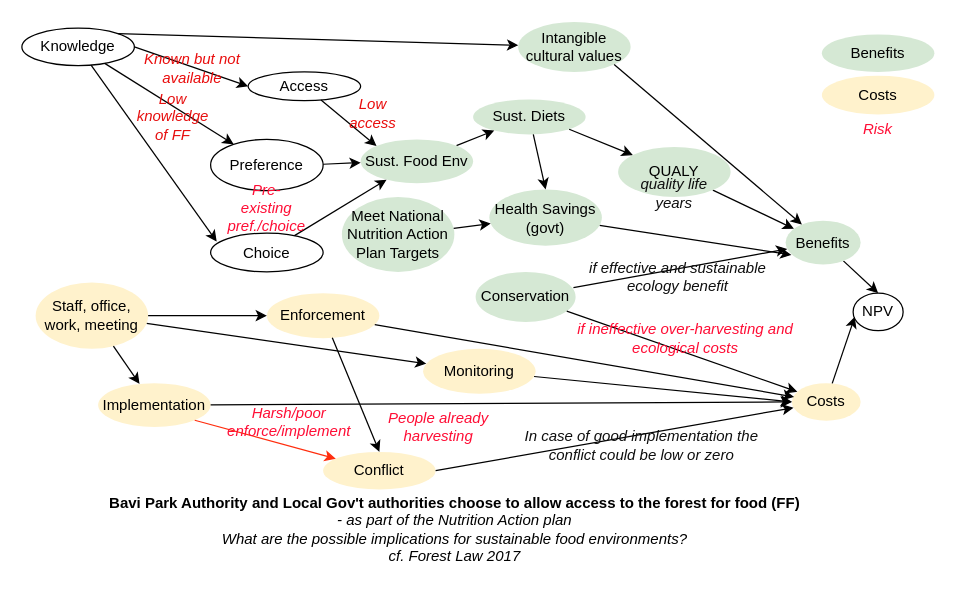
CWWhitney/bavi-forest-access keeps this draw.io diagram as Untitled Diagram.drawio. Above is the earlier version. Source tidied: cells renumbered, new cells numbered last; positions are measured from the earlier drawing's top-left corner, leaving out a move shared by most shapes. Both pictures are drawn from the tidied source at 125%, with x=0, y=0 at pixel (21, 21).
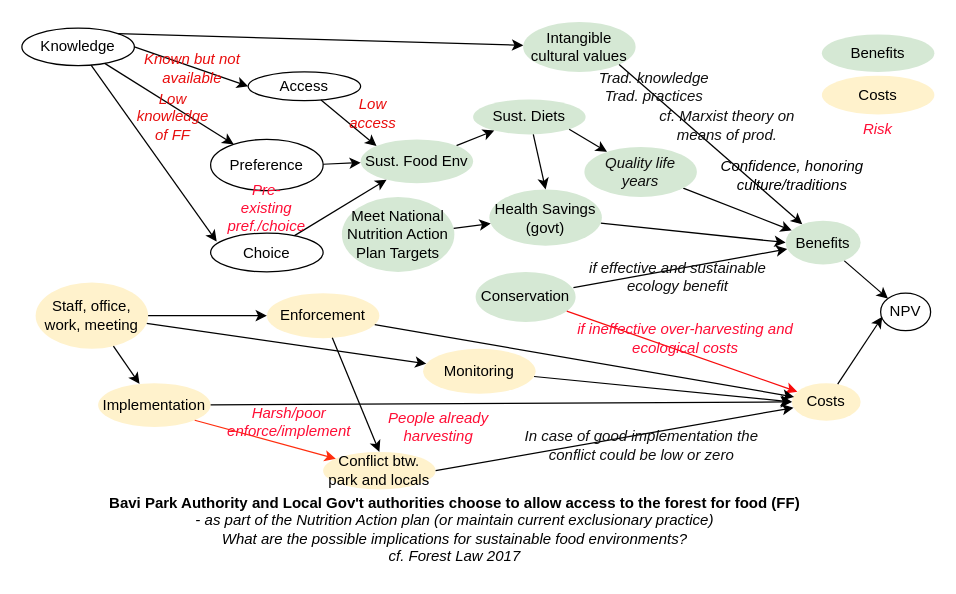
The same diagram, later.

The change refers to these unchanged cells:
```xml
<mxCell id="2" value="Conservation" style="ellipse;whiteSpace=wrap;html=1;fillColor=#d5e8d4;strokeColor=none;" parent="1" vertex="1">
  <mxGeometry x="363" y="200" width="80" height="40" as="geometry" />
</mxCell>
<mxCell id="10" value="Health Savings (govt)" style="ellipse;whiteSpace=wrap;html=1;fillColor=#d5e8d4;strokeColor=none;" parent="1" vertex="1">
  <mxGeometry x="374" y="134" width="90" height="45" as="geometry" />
</mxCell>
<mxCell id="16" value="Costs" style="ellipse;whiteSpace=wrap;html=1;fillColor=#fff2cc;strokeColor=none;" parent="1" vertex="1">
  <mxGeometry x="616" y="289" width="55" height="30" as="geometry" />
</mxCell>
<mxCell id="19" value="Benefits" style="ellipse;whiteSpace=wrap;html=1;fillColor=#d5e8d4;strokeColor=none;" parent="1" vertex="1">
  <mxGeometry x="611" y="159" width="60" height="35" as="geometry" />
</mxCell>
```

Change to the diagram source:
```diff
@@
-    <mxCell id="3" style="rounded=0;jettySize=auto;html=1;entryX=0.5;entryY=0;entryDx=0;entryDy=0;" parent="1" edge="1" source="19" target="11">
+    <mxCell id="3" style="rounded=0;jettySize=auto;html=1;entryX=0;entryY=0;entryDx=0;entryDy=0;" parent="1" edge="1" source="19" target="11">
       <mxGeometry relative="1" as="geometry" />
     </mxCell>
@@
-    <mxCell id="8" value="QUALY" style="ellipse;whiteSpace=wrap;html=1;fillColor=#d5e8d4;strokeColor=none;" parent="1" vertex="1">
-      <mxGeometry x="477" y="100" width="90" height="40" as="geometry" />
+    <mxCell id="8" value="&lt;span style=&quot;color: rgb(15, 15, 15); font-style: italic;&quot;&gt;Quality life years&lt;/span&gt;" style="ellipse;whiteSpace=wrap;html=1;fillColor=#d5e8d4;strokeColor=none;" parent="1" vertex="1">
+      <mxGeometry x="450" y="100" width="90" height="40" as="geometry" />
     </mxCell>
-    <mxCell id="9" style="rounded=0;jettySize=auto;html=1;entryX=0.078;entryY=0.783;entryDx=0;entryDy=0;entryPerimeter=0;" parent="1" edge="1" source="10" target="19">
+    <mxCell id="9" style="rounded=0;jettySize=auto;html=1;entryX=0;entryY=0.5;entryDx=0;entryDy=0;" parent="1" edge="1" source="10" target="19">
       <mxGeometry relative="1" as="geometry" />
     </mxCell>
@@
     <mxCell id="11" value="NPV" style="ellipse;whiteSpace=wrap;html=1;" parent="1" vertex="1">
-      <mxGeometry x="665" y="217" width="40" height="30" as="geometry" />
+      <mxGeometry x="687" y="217" width="40" height="30" as="geometry" />
     </mxCell>
@@
-    <mxCell id="18" style="rounded=0;jettySize=auto;html=1;" parent="1" edge="1" source="2" target="16">
+    <mxCell id="18" style="rounded=0;jettySize=auto;html=1;strokeColor=#f80d0d;" parent="1" edge="1" source="2" target="16">
       <mxGeometry relative="1" as="geometry" />
     </mxCell>
@@
-    <mxCell id="30" value="&lt;b&gt;Bavi Park Authority and Local Gov't authorities choose to allow access to the forest for food (FF) &lt;/b&gt;&lt;br&gt;&lt;i style=&quot;&quot;&gt;- as part of the Nutrition Action plan&lt;/i&gt;&lt;div&gt;&lt;i&gt;What are the possible implications for sustainable food environments?&lt;/i&gt;&lt;/div&gt;&lt;div&gt;&lt;i&gt;cf. Forest Law 2017&lt;/i&gt;&lt;/div&gt;" style="text;html=1;align=center;verticalAlign=middle;strokeColor=none;fillColor=none;" parent="1" vertex="1">
+    <mxCell id="30" value="&lt;b&gt;Bavi Park Authority and Local Gov't authorities choose to allow access to the forest for food (FF) &lt;/b&gt;&lt;br&gt;&lt;i style=&quot;&quot;&gt;- as part of the Nutrition Action plan (or maintain current exclusionary practice)&lt;/i&gt;&lt;div&gt;&lt;i&gt;What are the possible implications for sustainable food environments?&lt;/i&gt;&lt;/div&gt;&lt;div&gt;&lt;i&gt;cf. Forest Law 2017&lt;/i&gt;&lt;/div&gt;" style="text;html=1;align=center;verticalAlign=middle;strokeColor=none;fillColor=none;" parent="1" vertex="1">
       <mxGeometry x="56" y="371" width="580" height="70" as="geometry" />
     </mxCell>
@@
     <mxCell id="34" value="Intangible cultural values" style="ellipse;whiteSpace=wrap;html=1;fillColor=#d5e8d4;strokeColor=none;" parent="1" vertex="1">
-      <mxGeometry x="397" width="90" height="40" as="geometry" />
+      <mxGeometry x="401" width="90" height="40" as="geometry" />
     </mxCell>
@@
-    <mxCell id="38" value="Conflict" style="ellipse;whiteSpace=wrap;html=1;fillColor=#fff2cc;strokeColor=none;" parent="1" vertex="1">
+    <mxCell id="38" value="Conflict btw. park and locals" style="ellipse;whiteSpace=wrap;html=1;fillColor=#fff2cc;strokeColor=none;" parent="1" vertex="1">
       <mxGeometry x="241" y="344" width="90" height="30" as="geometry" />
     </mxCell>
@@
-    <mxCell id="53" value="&lt;font color=&quot;#0f0f0f&quot;&gt;quality life years&lt;/font&gt;" style="text;html=1;align=center;verticalAlign=middle;whiteSpace=wrap;rounded=0;fontColor=#FF0D35;fontStyle=2;" parent="1" vertex="1">
-      <mxGeometry x="487" y="117" width="70" height="40" as="geometry" />
-    </mxCell>
@@
+    <mxCell id="62" value="&lt;font color=&quot;#0f0f0f&quot;&gt;Trad. knowledge&lt;/font&gt;&lt;div&gt;&lt;font color=&quot;#0f0f0f&quot;&gt;Trad. practices&lt;/font&gt;&lt;/div&gt;" style="text;html=1;align=center;verticalAlign=middle;whiteSpace=wrap;rounded=0;fontColor=#FF0D35;fontStyle=2;" parent="1" vertex="1">
+      <mxGeometry x="430" y="31.5" width="152" height="40" as="geometry" />
+    </mxCell>
+    <mxCell id="63" value="&lt;font color=&quot;#0f0f0f&quot;&gt;cf. Marxist theory on means of prod.&lt;/font&gt;" style="text;html=1;align=center;verticalAlign=middle;whiteSpace=wrap;rounded=0;fontColor=#FF0D35;fontStyle=2;" parent="1" vertex="1">
+      <mxGeometry x="500" y="63" width="129" height="40" as="geometry" />
+    </mxCell>
+    <mxCell id="64" value="Confidence, honoring culture/traditions" style="text;html=1;align=center;verticalAlign=middle;whiteSpace=wrap;rounded=0;fontColor=#000000;fontStyle=2;" parent="1" vertex="1">
+      <mxGeometry x="552" y="103" width="129" height="40" as="geometry" />
+    </mxCell>
```
